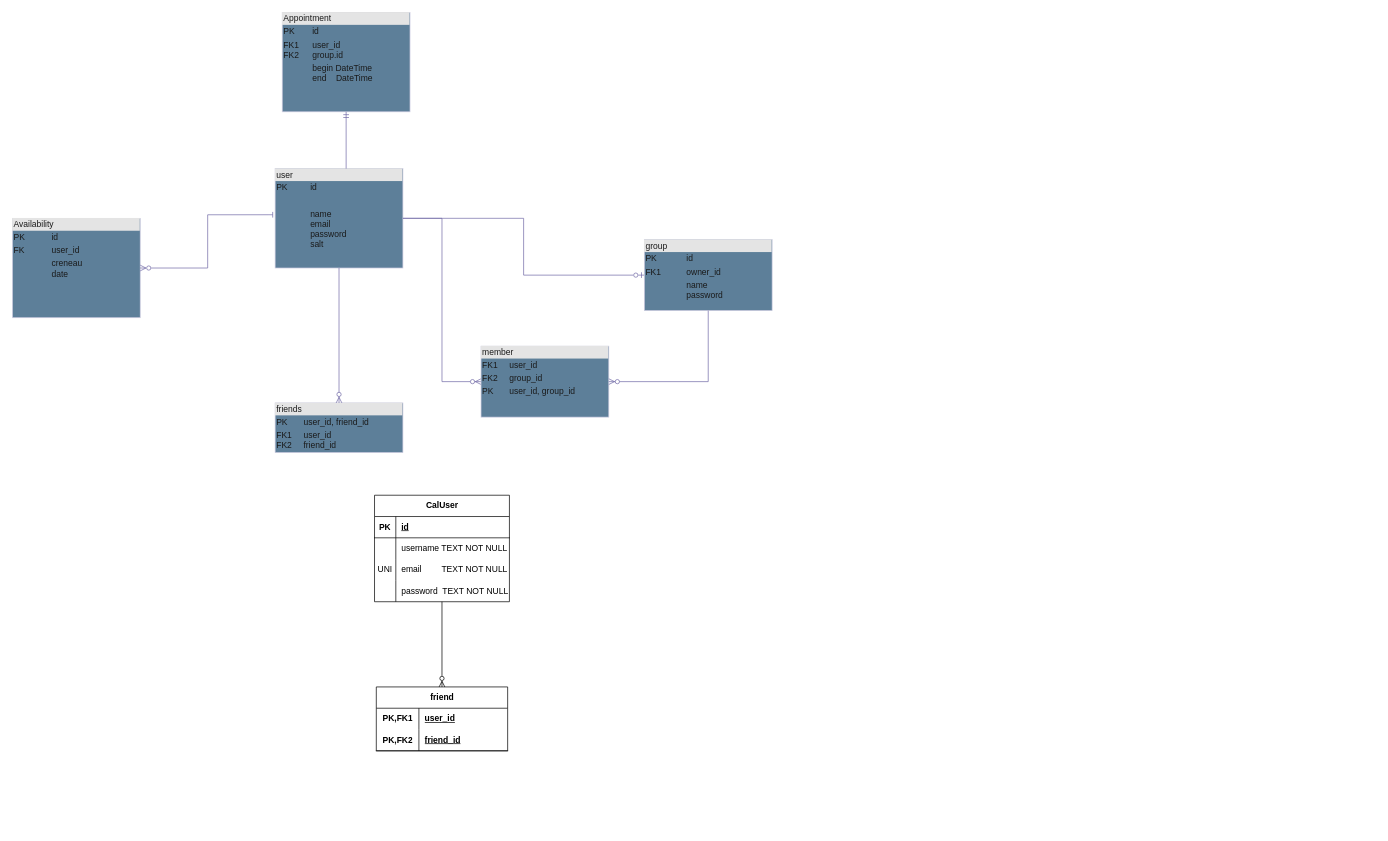
The draw.io diagram src/refactored_mrd_william.drawio in Lililatortue/MyWebsite, before the edit. Source tidied: cells renumbered, new cells numbered last; positions are measured from the earlier drawing's top-left corner, leaving out a move shared by most shapes. Both pictures are drawn from the tidied source at 71%, with x=0, y=0 at pixel (12, 12).
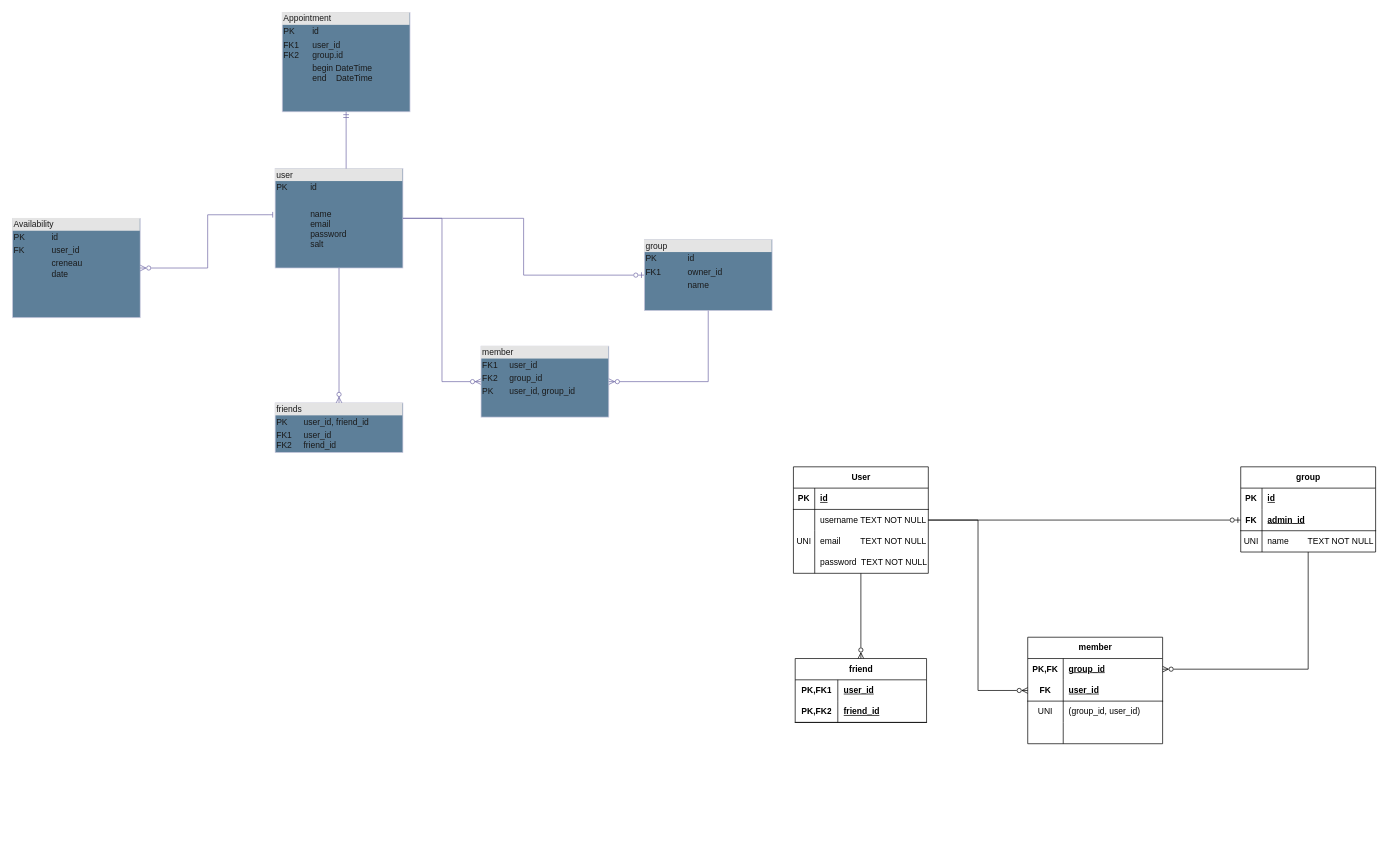
The same diagram, later.

The edit, as a diff of the source:
```diff
@@
-    <mxCell id="6" value="&lt;div style=&quot;box-sizing: border-box; width: 100%; background: rgb(228, 228, 228); padding: 2px;&quot;&gt;group&lt;/div&gt;&lt;table style=&quot;width:100%;font-size:1em;&quot; cellpadding=&quot;2&quot; cellspacing=&quot;0&quot;&gt;&lt;tbody&gt;&lt;tr&gt;&lt;td&gt;PK&lt;/td&gt;&lt;td&gt;id&lt;/td&gt;&lt;/tr&gt;&lt;tr&gt;&lt;td&gt;FK1&lt;/td&gt;&lt;td&gt;owner_id&lt;/td&gt;&lt;/tr&gt;&lt;tr&gt;&lt;td&gt;&lt;/td&gt;&lt;td&gt;name&lt;br&gt;password&lt;br&gt;&lt;/td&gt;&lt;/tr&gt;&lt;/tbody&gt;&lt;/table&gt;" style="verticalAlign=top;align=left;overflow=fill;html=1;whiteSpace=wrap;labelBackgroundColor=none;fillColor=#5D7F99;strokeColor=#D0CEE2;fontColor=#1A1A1A;" parent="1" vertex="1">
+    <mxCell id="6" value="&lt;div style=&quot;box-sizing: border-box; width: 100%; background: rgb(228, 228, 228); padding: 2px;&quot;&gt;group&lt;/div&gt;&lt;table style=&quot;width:100%;font-size:1em;&quot; cellpadding=&quot;2&quot; cellspacing=&quot;0&quot;&gt;&lt;tbody&gt;&lt;tr&gt;&lt;td&gt;PK&lt;/td&gt;&lt;td&gt;id&lt;/td&gt;&lt;/tr&gt;&lt;tr&gt;&lt;td&gt;FK1&lt;/td&gt;&lt;td&gt;owner_id&lt;/td&gt;&lt;/tr&gt;&lt;tr&gt;&lt;td&gt;&lt;/td&gt;&lt;td&gt;name&lt;br&gt;&lt;/td&gt;&lt;/tr&gt;&lt;/tbody&gt;&lt;/table&gt;" style="verticalAlign=top;align=left;overflow=fill;html=1;whiteSpace=wrap;labelBackgroundColor=none;fillColor=#5D7F99;strokeColor=#D0CEE2;fontColor=#1A1A1A;" parent="1" vertex="1">
       <mxGeometry x="890" y="320" width="180" height="100" as="geometry" />
     </mxCell>
@@
     <mxCell id="14" value="friend" style="shape=table;startSize=30;childLayout=tableLayout;rowLines=0;fontStyle=1;align=center;html=1;whiteSpace=wrap;" parent="1" vertex="1">
-      <mxGeometry x="512.5" y="950" width="185" height="90" as="geometry" />
+      <mxGeometry x="1102.5" y="910" width="185" height="90" as="geometry" />
     </mxCell>
@@
+    <mxCell id="37" style="edgeStyle=orthogonalEdgeStyle;rounded=0;jettySize=auto;html=1;entryX=0;entryY=0.5;entryDx=0;entryDy=0;endArrow=ERzeroToMany;endFill=0;" parent="1" edge="1" source="22" target="54">
+      <mxGeometry relative="1" as="geometry">
+        <Array as="points">
+          <mxPoint x="1360" y="715" />
+          <mxPoint x="1360" y="955" />
+        </Array>
+      </mxGeometry>
+    </mxCell>
+    <mxCell id="38" style="edgeStyle=orthogonalEdgeStyle;rounded=0;jettySize=auto;html=1;entryX=0;entryY=0.5;entryDx=0;entryDy=0;endArrow=ERzeroToOne;endFill=0;" parent="1" edge="1" source="22" target="44">
+      <mxGeometry relative="1" as="geometry" />
+    </mxCell>
-    <mxCell id="22" value="CalUser" style="shape=table;startSize=30;childLayout=tableLayout;rowLines=0;fontStyle=1;align=center;html=1;" parent="1" vertex="1">
-      <mxGeometry x="510" y="680" width="190" height="150" as="geometry" />
+    <mxCell id="22" value="User" style="shape=table;startSize=30;childLayout=tableLayout;rowLines=0;fontStyle=1;align=center;html=1;" parent="1" vertex="1">
+      <mxGeometry x="1100" y="640" width="190" height="150" as="geometry" />
     </mxCell>
@@
-    <mxCell id="35" style="shape=tableRow;horizontal=0;startSize=0;swimlaneHead=0;swimlaneBody=0;fillColor=none;top=0;left=0;right=0;bottom=0;" parent="1" vertex="1">
-      <mxGeometry x="540" y="1120" width="190" height="30" as="geometry" />
-    </mxCell>
-    <mxCell id="36" style="shape=partialRectangle;fillColor=none;top=0;left=0;bottom=0;right=0;overflow=hidden;whiteSpace=wrap;html=1;" parent="35" vertex="1">
-      <mxGeometry width="30" height="30" as="geometry" />
-    </mxCell>
+    <mxCell id="39" style="edgeStyle=orthogonalEdgeStyle;rounded=0;jettySize=auto;html=1;entryX=1;entryY=0.5;entryDx=0;entryDy=0;endArrow=ERzeroToMany;endFill=0;" parent="1" edge="1" source="40" target="51">
+      <mxGeometry relative="1" as="geometry" />
+    </mxCell>
+    <mxCell id="40" value="group" style="shape=table;startSize=30;childLayout=tableLayout;rowLines=0;fontStyle=1;align=center;html=1;swimlaneLine=1;" parent="1" vertex="1">
+      <mxGeometry x="1730" y="640" width="190" height="120" as="geometry" />
+    </mxCell>
+    <mxCell id="41" style="shape=tableRow;horizontal=0;startSize=0;swimlaneHead=0;swimlaneBody=0;fillColor=none;top=0;left=0;right=0;bottom=0;" parent="40" vertex="1">
+      <mxGeometry y="30" width="190" height="30" as="geometry" />
+    </mxCell>
+    <mxCell id="42" value="&lt;b&gt;PK&lt;/b&gt;" style="shape=partialRectangle;fillColor=none;top=0;left=0;bottom=0;right=0;overflow=hidden;whiteSpace=wrap;html=1;" parent="41" vertex="1">
+      <mxGeometry width="30" height="30" as="geometry" />
+    </mxCell>
+    <mxCell id="43" value="&lt;u&gt;&lt;b&gt;id&lt;/b&gt;&lt;/u&gt;" style="shape=partialRectangle;fillColor=none;top=0;left=0;bottom=0;right=0;align=left;spacingLeft=6;overflow=hidden;whiteSpace=wrap;html=1;" parent="41" vertex="1">
+      <mxGeometry x="30" width="160" height="30" as="geometry" />
+    </mxCell>
+    <mxCell id="44" style="shape=tableRow;horizontal=0;startSize=0;swimlaneHead=0;swimlaneBody=0;fillColor=none;points=[[0,0.5],[1,0.5]];portConstraint=eastwest;top=0;left=0;right=0;bottom=1;strokeColor=inherit;" parent="40" vertex="1">
+      <mxGeometry y="60" width="190" height="30" as="geometry" />
+    </mxCell>
+    <mxCell id="45" value="FK" style="shape=partialRectangle;fillColor=none;top=0;left=0;bottom=0;right=0;fontStyle=1;overflow=hidden;whiteSpace=wrap;html=1;" parent="44" vertex="1">
+      <mxGeometry width="30" height="30" as="geometry" />
+    </mxCell>
+    <mxCell id="46" value="admin_id" style="shape=partialRectangle;fillColor=none;top=0;left=0;bottom=0;right=0;align=left;spacingLeft=6;fontStyle=5;overflow=hidden;whiteSpace=wrap;html=1;" parent="44" vertex="1">
+      <mxGeometry x="30" width="160" height="30" as="geometry" />
+    </mxCell>
+    <mxCell id="47" style="shape=tableRow;horizontal=0;startSize=0;swimlaneHead=0;swimlaneBody=0;fillColor=none;top=0;left=0;right=0;bottom=0;" parent="40" vertex="1">
+      <mxGeometry y="90" width="190" height="30" as="geometry" />
+    </mxCell>
+    <mxCell id="48" value="UNI" style="shape=partialRectangle;fillColor=none;top=0;left=0;bottom=0;right=0;overflow=hidden;whiteSpace=wrap;html=1;" parent="47" vertex="1">
+      <mxGeometry width="30" height="30" as="geometry" />
+    </mxCell>
+    <mxCell id="49" value="name&amp;nbsp;&lt;span style=&quot;white-space: pre;&quot;&gt;&#9;&lt;/span&gt;&amp;nbsp;TEXT NOT NULL" style="shape=partialRectangle;fillColor=none;top=0;left=0;bottom=0;right=0;align=left;spacingLeft=6;overflow=hidden;whiteSpace=wrap;html=1;" parent="47" vertex="1">
+      <mxGeometry x="30" width="160" height="30" as="geometry" />
+    </mxCell>
+    <mxCell id="50" value="member" style="shape=table;startSize=30;childLayout=tableLayout;rowLines=0;fontStyle=1;align=center;html=1;" parent="1" vertex="1">
+      <mxGeometry x="1430" y="880" width="190" height="150" as="geometry" />
+    </mxCell>
+    <mxCell id="51" style="shape=tableRow;horizontal=0;startSize=0;swimlaneHead=0;swimlaneBody=0;fillColor=none;points=[[0,0.5],[1,0.5]];portConstraint=eastwest;top=0;left=0;right=0;bottom=0;" parent="50" vertex="1">
+      <mxGeometry y="30" width="190" height="30" as="geometry" />
+    </mxCell>
+    <mxCell id="52" value="&lt;span style=&quot;font-weight: 700;&quot;&gt;PK,FK&lt;/span&gt;" style="shape=partialRectangle;fillColor=none;top=0;left=0;bottom=0;right=0;overflow=hidden;whiteSpace=wrap;html=1;" parent="51" vertex="1">
+      <mxGeometry width="50" height="30" as="geometry" />
+    </mxCell>
+    <mxCell id="53" value="&lt;span style=&quot;font-weight: 700; text-decoration-line: underline;&quot;&gt;group_id&lt;/span&gt;" style="shape=partialRectangle;fillColor=none;top=0;left=0;bottom=0;right=0;align=left;spacingLeft=6;overflow=hidden;whiteSpace=wrap;html=1;" parent="51" vertex="1">
+      <mxGeometry x="50" width="140" height="30" as="geometry" />
+    </mxCell>
+    <mxCell id="54" style="shape=tableRow;horizontal=0;startSize=0;swimlaneHead=0;swimlaneBody=0;fillColor=none;points=[[0,0.5],[1,0.5]];portConstraint=eastwest;top=0;left=0;right=0;bottom=1;" parent="50" vertex="1">
+      <mxGeometry y="60" width="190" height="30" as="geometry" />
+    </mxCell>
+    <mxCell id="55" value="FK" style="shape=partialRectangle;fillColor=none;top=0;left=0;bottom=0;right=0;fontStyle=1;overflow=hidden;whiteSpace=wrap;html=1;" parent="54" vertex="1">
+      <mxGeometry width="50" height="30" as="geometry" />
+    </mxCell>
+    <mxCell id="56" value="user_id" style="shape=partialRectangle;fillColor=none;top=0;left=0;bottom=0;right=0;align=left;spacingLeft=6;fontStyle=5;overflow=hidden;whiteSpace=wrap;html=1;" parent="54" vertex="1">
+      <mxGeometry x="50" width="140" height="30" as="geometry" />
+    </mxCell>
+    <mxCell id="57" style="shape=tableRow;horizontal=0;startSize=0;swimlaneHead=0;swimlaneBody=0;fillColor=none;top=0;left=0;right=0;bottom=0;" parent="50" vertex="1">
+      <mxGeometry y="90" width="190" height="30" as="geometry" />
+    </mxCell>
+    <mxCell id="58" value="UNI" style="shape=partialRectangle;fillColor=none;top=0;left=0;bottom=0;right=0;overflow=hidden;whiteSpace=wrap;html=1;" parent="57" vertex="1">
+      <mxGeometry width="50" height="30" as="geometry" />
+    </mxCell>
+    <mxCell id="59" value="(group_id, user_id)" style="shape=partialRectangle;fillColor=none;top=0;left=0;bottom=0;right=0;align=left;spacingLeft=6;overflow=hidden;whiteSpace=wrap;html=1;" parent="57" vertex="1">
+      <mxGeometry x="50" width="140" height="30" as="geometry" />
+    </mxCell>
+    <mxCell id="60" style="shape=tableRow;horizontal=0;startSize=0;swimlaneHead=0;swimlaneBody=0;fillColor=none;top=0;left=0;right=0;bottom=0;" parent="50" vertex="1">
+      <mxGeometry y="120" width="190" height="30" as="geometry" />
+    </mxCell>
+    <mxCell id="61" style="shape=partialRectangle;fillColor=none;top=0;left=0;bottom=0;right=0;overflow=hidden;whiteSpace=wrap;html=1;" parent="60" vertex="1">
+      <mxGeometry width="50" height="30" as="geometry" />
+    </mxCell>
+    <mxCell id="62" style="shape=partialRectangle;fillColor=none;top=0;left=0;bottom=0;right=0;align=left;spacingLeft=6;overflow=hidden;whiteSpace=wrap;html=1;" parent="60" vertex="1">
+      <mxGeometry x="50" width="140" height="30" as="geometry" />
+    </mxCell>
```
